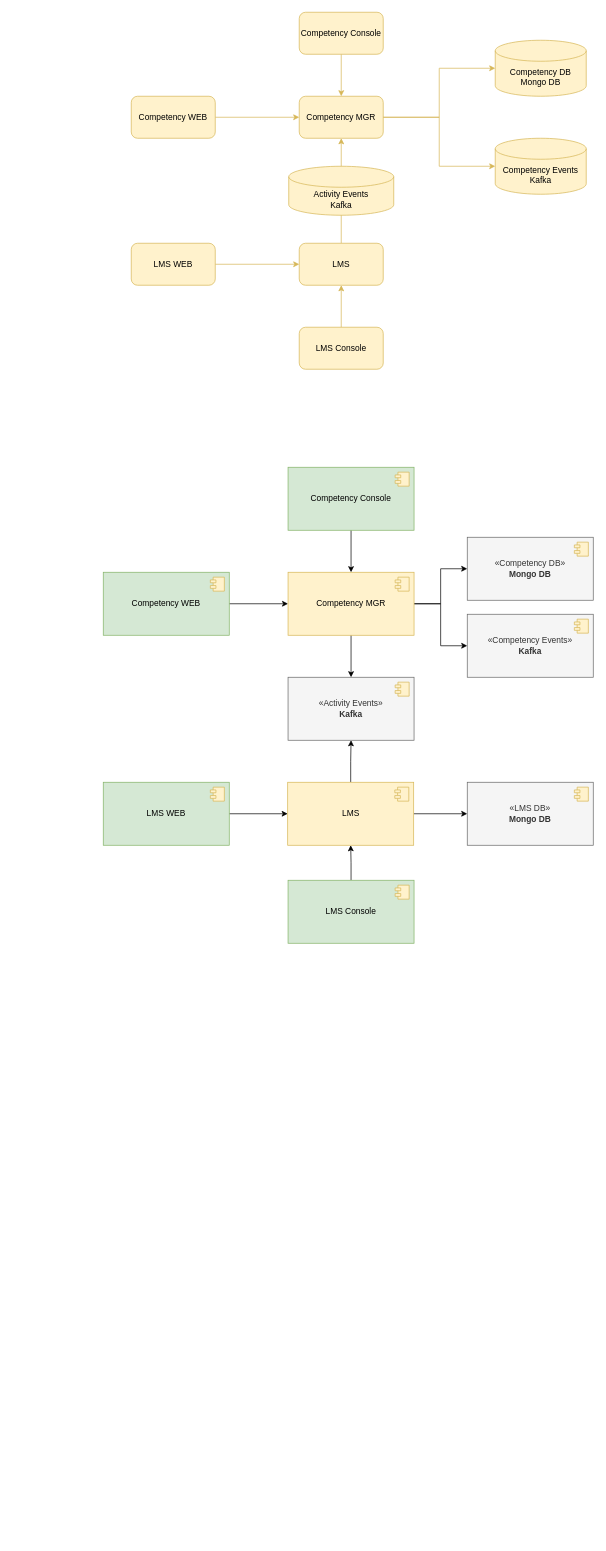
This is page "学习者能力组件" (10 of 10) of eda_platform.drawio from kwhitestone/drawio, a draw.io file, before an edit. Source tidied: cells renumbered, new cells numbered last; positions are measured from the earlier drawing's top-left corner, leaving out a move shared by most shapes. Both pictures are drawn from the tidied source at 70%, with x=0, y=0 at pixel (103, 12).
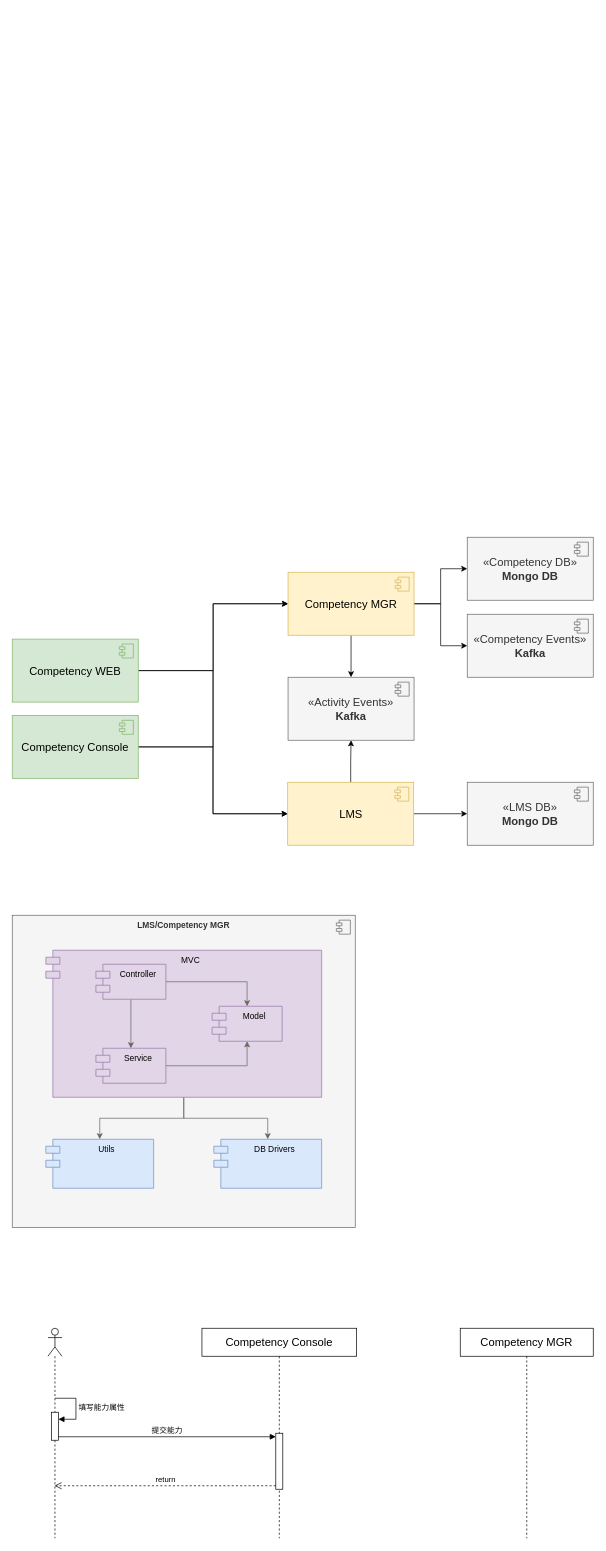
The same page after the edit.

The edit, as a diff of the source:
```diff
@@
-    <mxCell id="2" value="Competency MGR" style="rounded=1;whiteSpace=wrap;html=1;fillColor=#fff2cc;strokeColor=#d6b656;" parent="1" vertex="1">
-      <mxGeometry x="280" y="120" width="120" height="60" as="geometry" />
-    </mxCell>
-    <mxCell id="3" style="edgeStyle=orthogonalEdgeStyle;rounded=0;jettySize=auto;html=1;entryX=0.5;entryY=1;entryDx=0;entryDy=0;fillColor=#fff2cc;strokeColor=#d6b656;" parent="1" edge="1" source="4" target="2">
-      <mxGeometry relative="1" as="geometry" />
-    </mxCell>
-    <mxCell id="4" value="LMS" style="rounded=1;whiteSpace=wrap;html=1;fillColor=#fff2cc;strokeColor=#d6b656;" parent="1" vertex="1">
-      <mxGeometry x="280" y="330" width="120" height="60" as="geometry" />
-    </mxCell>
-    <mxCell id="5" style="edgeStyle=orthogonalEdgeStyle;rounded=0;jettySize=auto;html=1;entryX=0;entryY=0.5;entryDx=0;entryDy=0;fillColor=#fff2cc;strokeColor=#d6b656;" parent="1" edge="1" source="6" target="4">
-      <mxGeometry relative="1" as="geometry" />
-    </mxCell>
-    <mxCell id="6" value="LMS WEB" style="rounded=1;whiteSpace=wrap;html=1;fillColor=#fff2cc;strokeColor=#d6b656;" parent="1" vertex="1">
-      <mxGeometry x="40" y="330" width="120" height="60" as="geometry" />
-    </mxCell>
-    <mxCell id="7" style="edgeStyle=orthogonalEdgeStyle;rounded=0;jettySize=auto;html=1;entryX=0;entryY=0.5;entryDx=0;entryDy=0;fillColor=#fff2cc;strokeColor=#d6b656;" parent="1" edge="1" source="8" target="2">
-      <mxGeometry relative="1" as="geometry" />
-    </mxCell>
-    <mxCell id="8" value="Competency&amp;nbsp;WEB" style="rounded=1;whiteSpace=wrap;html=1;fillColor=#fff2cc;strokeColor=#d6b656;" parent="1" vertex="1">
-      <mxGeometry x="40" y="120" width="120" height="60" as="geometry" />
-    </mxCell>
-    <mxCell id="9" style="edgeStyle=orthogonalEdgeStyle;rounded=0;jettySize=auto;html=1;fillColor=#fff2cc;strokeColor=#d6b656;" parent="1" edge="1" source="10" target="2">
-      <mxGeometry relative="1" as="geometry" />
-    </mxCell>
-    <mxCell id="10" value="Competency&amp;nbsp;Console" style="rounded=1;whiteSpace=wrap;html=1;fillColor=#fff2cc;strokeColor=#d6b656;" parent="1" vertex="1">
-      <mxGeometry x="280" width="120" height="60" as="geometry" />
-    </mxCell>
-    <mxCell id="11" style="edgeStyle=orthogonalEdgeStyle;rounded=0;jettySize=auto;html=1;entryX=0.5;entryY=1;entryDx=0;entryDy=0;fillColor=#fff2cc;strokeColor=#d6b656;" parent="1" edge="1" source="12" target="4">
-      <mxGeometry relative="1" as="geometry" />
-    </mxCell>
-    <mxCell id="12" value="LMS Console" style="rounded=1;whiteSpace=wrap;html=1;fillColor=#fff2cc;strokeColor=#d6b656;" parent="1" vertex="1">
-      <mxGeometry x="280" y="450" width="120" height="60" as="geometry" />
-    </mxCell>
-    <mxCell id="13" value="&lt;div&gt;Activity Events&lt;/div&gt;Kafka" style="shape=cylinder3;whiteSpace=wrap;html=1;boundedLbl=1;backgroundOutline=1;size=15;fillColor=#fff2cc;strokeColor=#d6b656;" parent="1" vertex="1">
-      <mxGeometry x="265" y="220" width="150" height="70" as="geometry" />
-    </mxCell>
-    <mxCell id="14" value="Competency DB&lt;br&gt;Mongo DB" style="shape=cylinder3;whiteSpace=wrap;html=1;boundedLbl=1;backgroundOutline=1;size=15;fillColor=#fff2cc;strokeColor=#d6b656;" parent="1" vertex="1">
-      <mxGeometry x="560" y="40" width="130" height="80" as="geometry" />
-    </mxCell>
-    <mxCell id="15" style="edgeStyle=orthogonalEdgeStyle;rounded=0;jettySize=auto;html=1;entryX=0;entryY=0.5;entryDx=0;entryDy=0;entryPerimeter=0;fillColor=#fff2cc;strokeColor=#d6b656;" parent="1" edge="1" source="2" target="14">
-      <mxGeometry relative="1" as="geometry" />
-    </mxCell>
-    <mxCell id="16" value="Competency Events&lt;br&gt;Kafka" style="shape=cylinder3;whiteSpace=wrap;html=1;boundedLbl=1;backgroundOutline=1;size=15;fillColor=#fff2cc;strokeColor=#d6b656;" parent="1" vertex="1">
-      <mxGeometry x="560" y="180" width="130" height="80" as="geometry" />
-    </mxCell>
-    <mxCell id="17" style="edgeStyle=orthogonalEdgeStyle;rounded=0;jettySize=auto;html=1;entryX=0;entryY=0.5;entryDx=0;entryDy=0;entryPerimeter=0;fillColor=#fff2cc;strokeColor=#d6b656;" parent="1" edge="1" source="2" target="16">
-      <mxGeometry relative="1" as="geometry" />
-    </mxCell>
-    <mxCell id="18" style="edgeStyle=orthogonalEdgeStyle;rounded=0;jettySize=auto;html=1;entryX=0;entryY=0.5;entryDx=0;entryDy=0;fillColor=#fff2cc;strokeColor=#000000;" parent="1" edge="1" source="19" target="30">
+    <mxCell id="18" style="edgeStyle=orthogonalEdgeStyle;rounded=0;jettySize=auto;html=1;entryX=0;entryY=0.5;entryDx=0;entryDy=0;fillColor=#fff2cc;strokeColor=#000000;fontSize=16;" parent="1" edge="1" source="19" target="30">
       <mxGeometry relative="1" as="geometry" />
     </mxCell>
+    <mxCell id="47" style="edgeStyle=orthogonalEdgeStyle;rounded=0;jettySize=auto;html=1;entryX=0;entryY=0.5;entryDx=0;entryDy=0;fontSize=16;" parent="1" edge="1" source="19" target="36">
+      <mxGeometry relative="1" as="geometry" />
+    </mxCell>
-    <mxCell id="19" value="Competency&amp;nbsp;WEB" style="html=1;whiteSpace=wrap;fillColor=#d5e8d4;strokeColor=#82b366;" parent="1" vertex="1">
-      <mxGeometry y="800" width="180" height="90" as="geometry" />
+    <mxCell id="19" value="Competency&amp;nbsp;WEB" style="html=1;whiteSpace=wrap;fillColor=#d5e8d4;strokeColor=#82b366;fontSize=16;" parent="1" vertex="1">
+      <mxGeometry x="-130" y="895.5" width="180" height="90" as="geometry" />
     </mxCell>
-    <mxCell id="20" style="shape=module;jettyWidth=8;jettyHeight=4;fillColor=#fff2cc;strokeColor=#d6b656;" parent="19" vertex="1">
+    <mxCell id="20" style="shape=module;jettyWidth=8;jettyHeight=4;fillColor=#d5e8d4;strokeColor=#82b366;fontSize=16;" parent="19" vertex="1">
       <mxGeometry x="1" width="20" height="20" relative="1" as="geometry">
         <mxPoint x="-27" y="7" as="offset" />
       </mxGeometry>
     </mxCell>
-    <mxCell id="21" style="edgeStyle=orthogonalEdgeStyle;rounded=0;jettySize=auto;html=1;entryX=0;entryY=0.5;entryDx=0;entryDy=0;fillColor=#fff2cc;strokeColor=#000000;" parent="1" edge="1" source="22" target="36">
+    <mxCell id="21" style="edgeStyle=orthogonalEdgeStyle;rounded=0;jettySize=auto;html=1;entryX=0;entryY=0.5;entryDx=0;entryDy=0;fillColor=#fff2cc;strokeColor=#000000;fontSize=16;" parent="1" edge="1" source="22" target="36">
       <mxGeometry relative="1" as="geometry" />
     </mxCell>
+    <mxCell id="48" style="edgeStyle=orthogonalEdgeStyle;rounded=0;jettySize=auto;html=1;entryX=0;entryY=0.5;entryDx=0;entryDy=0;fontSize=16;" parent="1" edge="1" source="22" target="30">
+      <mxGeometry relative="1" as="geometry" />
+    </mxCell>
-    <mxCell id="22" value="LMS WEB" style="html=1;whiteSpace=wrap;fillColor=#d5e8d4;strokeColor=#82b366;" parent="1" vertex="1">
-      <mxGeometry y="1100" width="180" height="90" as="geometry" />
+    <mxCell id="22" value="Competency&amp;nbsp;Console" style="html=1;whiteSpace=wrap;fillColor=#d5e8d4;strokeColor=#82b366;fontSize=16;" parent="1" vertex="1">
+      <mxGeometry x="-130" y="1004.5" width="180" height="90" as="geometry" />
     </mxCell>
-    <mxCell id="23" style="shape=module;jettyWidth=8;jettyHeight=4;fillColor=#fff2cc;strokeColor=#d6b656;" parent="22" vertex="1">
+    <mxCell id="23" style="shape=module;jettyWidth=8;jettyHeight=4;fillColor=#d5e8d4;strokeColor=#82b366;fontSize=16;" parent="22" vertex="1">
       <mxGeometry x="1" width="20" height="20" relative="1" as="geometry">
         <mxPoint x="-27" y="7" as="offset" />
       </mxGeometry>
     </mxCell>
-    <mxCell id="24" style="edgeStyle=orthogonalEdgeStyle;rounded=0;jettySize=auto;html=1;entryX=0.5;entryY=0;entryDx=0;entryDy=0;fillColor=#fff2cc;strokeColor=#000000;" parent="1" edge="1" source="25" target="30">
-      <mxGeometry relative="1" as="geometry" />
-    </mxCell>
-    <mxCell id="25" value="Competency&amp;nbsp;Console" style="html=1;whiteSpace=wrap;fillColor=#d5e8d4;strokeColor=#82b366;" parent="1" vertex="1">
-      <mxGeometry x="264" y="650" width="180" height="90" as="geometry" />
-    </mxCell>
-    <mxCell id="26" style="shape=module;jettyWidth=8;jettyHeight=4;fillColor=#fff2cc;strokeColor=#d6b656;" parent="25" vertex="1">
-      <mxGeometry x="1" width="20" height="20" relative="1" as="geometry">
-        <mxPoint x="-27" y="7" as="offset" />
-      </mxGeometry>
-    </mxCell>
-    <mxCell id="27" style="edgeStyle=orthogonalEdgeStyle;rounded=0;jettySize=auto;html=1;entryX=0;entryY=0.5;entryDx=0;entryDy=0;fillColor=#fff2cc;strokeColor=#000000;" parent="1" edge="1" source="30" target="41">
+    <mxCell id="27" style="edgeStyle=orthogonalEdgeStyle;rounded=0;jettySize=auto;html=1;entryX=0;entryY=0.5;entryDx=0;entryDy=0;fillColor=#fff2cc;strokeColor=#000000;fontSize=16;" parent="1" edge="1" source="30" target="41">
       <mxGeometry relative="1" as="geometry" />
     </mxCell>
-    <mxCell id="28" style="edgeStyle=orthogonalEdgeStyle;rounded=0;jettySize=auto;html=1;entryX=0;entryY=0.5;entryDx=0;entryDy=0;fillColor=#fff2cc;strokeColor=#000000;" parent="1" edge="1" source="30" target="43">
+    <mxCell id="28" style="edgeStyle=orthogonalEdgeStyle;rounded=0;jettySize=auto;html=1;entryX=0;entryY=0.5;entryDx=0;entryDy=0;fillColor=#fff2cc;strokeColor=#000000;fontSize=16;" parent="1" edge="1" source="30" target="43">
       <mxGeometry relative="1" as="geometry" />
     </mxCell>
-    <mxCell id="29" style="edgeStyle=orthogonalEdgeStyle;rounded=0;jettySize=auto;html=1;entryX=0.5;entryY=0;entryDx=0;entryDy=0;fillColor=#fff2cc;strokeColor=#000000;" parent="1" edge="1" source="30" target="32">
+    <mxCell id="29" style="edgeStyle=orthogonalEdgeStyle;rounded=0;jettySize=auto;html=1;entryX=0.5;entryY=0;entryDx=0;entryDy=0;fillColor=#fff2cc;strokeColor=#000000;fontSize=16;" parent="1" edge="1" source="30" target="32">
       <mxGeometry relative="1" as="geometry" />
     </mxCell>
-    <mxCell id="30" value="Competency MGR" style="html=1;whiteSpace=wrap;fillColor=#fff2cc;strokeColor=#d6b656;" parent="1" vertex="1">
+    <mxCell id="30" value="Competency MGR" style="html=1;whiteSpace=wrap;fillColor=#fff2cc;strokeColor=#d6b656;fontSize=16;" parent="1" vertex="1">
       <mxGeometry x="264" y="800" width="180" height="90" as="geometry" />
     </mxCell>
-    <mxCell id="31" style="shape=module;jettyWidth=8;jettyHeight=4;fillColor=#fff2cc;strokeColor=#d6b656;" parent="30" vertex="1">
+    <mxCell id="31" style="shape=module;jettyWidth=8;jettyHeight=4;fillColor=#fff2cc;strokeColor=#d6b656;fontSize=16;" parent="30" vertex="1">
       <mxGeometry x="1" width="20" height="20" relative="1" as="geometry">
         <mxPoint x="-27" y="7" as="offset" />
       </mxGeometry>
     </mxCell>
-    <mxCell id="32" value="&lt;div&gt;&lt;span style=&quot;background-color: initial;&quot;&gt;«Activity Events»&lt;/span&gt;&lt;/div&gt;&lt;b&gt;Kafka&lt;/b&gt;" style="html=1;whiteSpace=wrap;fillColor=#f5f5f5;strokeColor=#666666;fontColor=#333333;" parent="1" vertex="1">
+    <mxCell id="32" value="&lt;div style=&quot;font-size: 16px;&quot;&gt;&lt;span style=&quot;background-color: initial; font-size: 16px;&quot;&gt;«Activity Events»&lt;/span&gt;&lt;/div&gt;&lt;b style=&quot;font-size: 16px;&quot;&gt;Kafka&lt;/b&gt;" style="html=1;whiteSpace=wrap;fillColor=#f5f5f5;strokeColor=#666666;fontColor=#333333;fontSize=16;" parent="1" vertex="1">
       <mxGeometry x="264" y="950" width="180" height="90" as="geometry" />
     </mxCell>
-    <mxCell id="33" style="shape=module;jettyWidth=8;jettyHeight=4;fillColor=#fff2cc;strokeColor=#d6b656;" parent="32" vertex="1">
+    <mxCell id="33" style="shape=module;jettyWidth=8;jettyHeight=4;fillColor=#f5f5f5;strokeColor=#666666;fontColor=#333333;fontSize=16;" parent="32" vertex="1">
       <mxGeometry x="1" width="20" height="20" relative="1" as="geometry">
         <mxPoint x="-27" y="7" as="offset" />
       </mxGeometry>
     </mxCell>
-    <mxCell id="34" style="edgeStyle=orthogonalEdgeStyle;rounded=0;jettySize=auto;html=1;entryX=0;entryY=0.5;entryDx=0;entryDy=0;fillColor=#fff2cc;strokeColor=#000000;" parent="1" edge="1" source="36" target="45">
+    <mxCell id="34" style="edgeStyle=orthogonalEdgeStyle;rounded=0;jettySize=auto;html=1;entryX=0;entryY=0.5;entryDx=0;entryDy=0;fillColor=#fff2cc;strokeColor=#000000;fontSize=16;" parent="1" edge="1" source="36" target="45">
       <mxGeometry relative="1" as="geometry" />
     </mxCell>
-    <mxCell id="35" style="edgeStyle=orthogonalEdgeStyle;rounded=0;jettySize=auto;html=1;entryX=0.5;entryY=1;entryDx=0;entryDy=0;fillColor=#fff2cc;strokeColor=#000000;" parent="1" edge="1" source="36" target="32">
+    <mxCell id="35" style="edgeStyle=orthogonalEdgeStyle;rounded=0;jettySize=auto;html=1;entryX=0.5;entryY=1;entryDx=0;entryDy=0;fillColor=#fff2cc;strokeColor=#000000;fontSize=16;" parent="1" edge="1" source="36" target="32">
       <mxGeometry relative="1" as="geometry" />
     </mxCell>
-    <mxCell id="36" value="LMS" style="html=1;whiteSpace=wrap;fillColor=#fff2cc;strokeColor=#d6b656;" parent="1" vertex="1">
+    <mxCell id="36" value="LMS" style="html=1;whiteSpace=wrap;fillColor=#fff2cc;strokeColor=#d6b656;fontSize=16;" parent="1" vertex="1">
       <mxGeometry x="263.5" y="1100" width="180" height="90" as="geometry" />
     </mxCell>
-    <mxCell id="37" style="shape=module;jettyWidth=8;jettyHeight=4;fillColor=#fff2cc;strokeColor=#d6b656;" parent="36" vertex="1">
+    <mxCell id="37" style="shape=module;jettyWidth=8;jettyHeight=4;fillColor=#fff2cc;strokeColor=#d6b656;fontSize=16;" parent="36" vertex="1">
       <mxGeometry x="1" width="20" height="20" relative="1" as="geometry">
         <mxPoint x="-27" y="7" as="offset" />
       </mxGeometry>
     </mxCell>
-    <mxCell id="38" style="edgeStyle=orthogonalEdgeStyle;rounded=0;jettySize=auto;html=1;entryX=0.5;entryY=1;entryDx=0;entryDy=0;fillColor=#fff2cc;strokeColor=#000000;" parent="1" edge="1" source="39" target="36">
-      <mxGeometry relative="1" as="geometry" />
-    </mxCell>
-    <mxCell id="39" value="LMS Console" style="html=1;whiteSpace=wrap;fillColor=#d5e8d4;strokeColor=#82b366;" parent="1" vertex="1">
-      <mxGeometry x="264" y="1240" width="180" height="90" as="geometry" />
-    </mxCell>
-    <mxCell id="40" style="shape=module;jettyWidth=8;jettyHeight=4;fillColor=#fff2cc;strokeColor=#d6b656;" parent="39" vertex="1">
-      <mxGeometry x="1" width="20" height="20" relative="1" as="geometry">
-        <mxPoint x="-27" y="7" as="offset" />
-      </mxGeometry>
-    </mxCell>
-    <mxCell id="41" value="«Competency DB»&lt;br&gt;&lt;b&gt;Mongo DB&lt;/b&gt;" style="html=1;whiteSpace=wrap;fillColor=#f5f5f5;strokeColor=#666666;fontColor=#333333;" parent="1" vertex="1">
+    <mxCell id="41" value="«Competency DB»&lt;br style=&quot;font-size: 16px;&quot;&gt;&lt;b style=&quot;font-size: 16px;&quot;&gt;Mongo DB&lt;/b&gt;" style="html=1;whiteSpace=wrap;fillColor=#f5f5f5;strokeColor=#666666;fontColor=#333333;fontSize=16;" parent="1" vertex="1">
       <mxGeometry x="520" y="750" width="180" height="90" as="geometry" />
     </mxCell>
-    <mxCell id="42" style="shape=module;jettyWidth=8;jettyHeight=4;fillColor=#fff2cc;strokeColor=#d6b656;" parent="41" vertex="1">
+    <mxCell id="42" style="shape=module;jettyWidth=8;jettyHeight=4;fillColor=#f5f5f5;strokeColor=#666666;fontColor=#333333;fontSize=16;" parent="41" vertex="1">
       <mxGeometry x="1" width="20" height="20" relative="1" as="geometry">
         <mxPoint x="-27" y="7" as="offset" />
       </mxGeometry>
     </mxCell>
-    <mxCell id="43" value="«Competency Events»&lt;br&gt;&lt;b&gt;Kafka&lt;/b&gt;" style="html=1;whiteSpace=wrap;fillColor=#f5f5f5;strokeColor=#666666;fontColor=#333333;" parent="1" vertex="1">
+    <mxCell id="43" value="«Competency Events»&lt;br style=&quot;font-size: 16px;&quot;&gt;&lt;b style=&quot;font-size: 16px;&quot;&gt;Kafka&lt;/b&gt;" style="html=1;whiteSpace=wrap;fillColor=#f5f5f5;strokeColor=#666666;fontColor=#333333;fontSize=16;" parent="1" vertex="1">
       <mxGeometry x="520" y="860" width="180" height="90" as="geometry" />
     </mxCell>
-    <mxCell id="44" style="shape=module;jettyWidth=8;jettyHeight=4;fillColor=#fff2cc;strokeColor=#d6b656;" parent="43" vertex="1">
+    <mxCell id="44" style="shape=module;jettyWidth=8;jettyHeight=4;fillColor=#f5f5f5;strokeColor=#666666;fontColor=#333333;fontSize=16;" parent="43" vertex="1">
       <mxGeometry x="1" width="20" height="20" relative="1" as="geometry">
         <mxPoint x="-27" y="7" as="offset" />
       </mxGeometry>
     </mxCell>
-    <mxCell id="45" value="«LMS DB»&lt;br&gt;&lt;b&gt;Mongo DB&lt;/b&gt;" style="html=1;whiteSpace=wrap;fillColor=#f5f5f5;strokeColor=#666666;fontColor=#333333;" parent="1" vertex="1">
+    <mxCell id="45" value="«LMS DB»&lt;br style=&quot;font-size: 16px;&quot;&gt;&lt;b style=&quot;font-size: 16px;&quot;&gt;Mongo DB&lt;/b&gt;" style="html=1;whiteSpace=wrap;fillColor=#f5f5f5;strokeColor=#666666;fontColor=#333333;fontSize=16;" parent="1" vertex="1">
       <mxGeometry x="520" y="1100" width="180" height="90" as="geometry" />
     </mxCell>
-    <mxCell id="46" style="shape=module;jettyWidth=8;jettyHeight=4;fillColor=#fff2cc;strokeColor=#d6b656;" parent="45" vertex="1">
+    <mxCell id="46" style="shape=module;jettyWidth=8;jettyHeight=4;fillColor=#f5f5f5;strokeColor=#666666;fontColor=#333333;fontSize=16;" parent="45" vertex="1">
       <mxGeometry x="1" width="20" height="20" relative="1" as="geometry">
         <mxPoint x="-27" y="7" as="offset" />
       </mxGeometry>
     </mxCell>
+    <mxCell id="49" value="&lt;b&gt;LMS/Competency MGR&lt;/b&gt;" style="html=1;whiteSpace=wrap;align=center;verticalAlign=top;fillColor=#f5f5f5;strokeColor=#666666;fontColor=#333333;" parent="1" vertex="1">
+      <mxGeometry x="-130" y="1290" width="490" height="446" as="geometry" />
+    </mxCell>
+    <mxCell id="50" style="shape=module;jettyWidth=8;jettyHeight=4;fillColor=#f5f5f5;strokeColor=#666666;fontColor=#333333;" parent="49" vertex="1">
+      <mxGeometry x="1" width="20" height="20" relative="1" as="geometry">
+        <mxPoint x="-27" y="7" as="offset" />
+      </mxGeometry>
+    </mxCell>
+    <mxCell id="51" style="edgeStyle=orthogonalEdgeStyle;rounded=0;jettySize=auto;html=1;entryX=0.5;entryY=0;entryDx=0;entryDy=0;fillColor=#f5f5f5;strokeColor=#666666;" parent="1" edge="1" source="53" target="60">
+      <mxGeometry relative="1" as="geometry" />
+    </mxCell>
+    <mxCell id="52" style="edgeStyle=orthogonalEdgeStyle;rounded=0;jettySize=auto;html=1;entryX=0.5;entryY=0;entryDx=0;entryDy=0;fillColor=#f5f5f5;strokeColor=#666666;" parent="1" edge="1" source="53" target="61">
+      <mxGeometry relative="1" as="geometry" />
+    </mxCell>
+    <mxCell id="53" value="MVC" style="shape=module;align=left;spacingLeft=20;align=center;verticalAlign=top;whiteSpace=wrap;html=1;fillColor=#e1d5e7;strokeColor=#9673a6;" parent="1" vertex="1">
+      <mxGeometry x="-82" y="1340" width="394" height="210" as="geometry" />
+    </mxCell>
+    <mxCell id="54" style="edgeStyle=orthogonalEdgeStyle;rounded=0;jettySize=auto;html=1;entryX=0.5;entryY=0;entryDx=0;entryDy=0;fillColor=#f5f5f5;strokeColor=#666666;" parent="1" edge="1" source="56" target="57">
+      <mxGeometry relative="1" as="geometry" />
+    </mxCell>
+    <mxCell id="55" style="edgeStyle=orthogonalEdgeStyle;rounded=0;jettySize=auto;html=1;entryX=0.5;entryY=0;entryDx=0;entryDy=0;fillColor=#f5f5f5;strokeColor=#666666;" parent="1" edge="1" source="56" target="59">
+      <mxGeometry relative="1" as="geometry" />
+    </mxCell>
+    <mxCell id="56" value="Controller" style="shape=module;align=left;spacingLeft=20;align=center;verticalAlign=top;whiteSpace=wrap;html=1;fillColor=#e1d5e7;strokeColor=#9673a6;" parent="1" vertex="1">
+      <mxGeometry x="-10.5" y="1360" width="100" height="50" as="geometry" />
+    </mxCell>
+    <mxCell id="57" value="Model" style="shape=module;align=left;spacingLeft=20;align=center;verticalAlign=top;whiteSpace=wrap;html=1;fillColor=#e1d5e7;strokeColor=#9673a6;" parent="1" vertex="1">
+      <mxGeometry x="155.5" y="1420" width="100" height="50" as="geometry" />
+    </mxCell>
+    <mxCell id="58" style="edgeStyle=orthogonalEdgeStyle;rounded=0;jettySize=auto;html=1;entryX=0.5;entryY=1;entryDx=0;entryDy=0;fillColor=#f5f5f5;strokeColor=#666666;" parent="1" edge="1" source="59" target="57">
+      <mxGeometry relative="1" as="geometry" />
+    </mxCell>
+    <mxCell id="59" value="Service" style="shape=module;align=left;spacingLeft=20;align=center;verticalAlign=top;whiteSpace=wrap;html=1;fillColor=#e1d5e7;strokeColor=#9673a6;" parent="1" vertex="1">
+      <mxGeometry x="-10.5" y="1480" width="100" height="50" as="geometry" />
+    </mxCell>
+    <mxCell id="60" value="Utils" style="shape=module;align=left;spacingLeft=20;align=center;verticalAlign=top;whiteSpace=wrap;html=1;fillColor=#dae8fc;strokeColor=#6c8ebf;" parent="1" vertex="1">
+      <mxGeometry x="-82" y="1610" width="154" height="70" as="geometry" />
+    </mxCell>
+    <mxCell id="61" value="DB Drivers" style="shape=module;align=left;spacingLeft=20;align=center;verticalAlign=top;whiteSpace=wrap;html=1;fillColor=#dae8fc;strokeColor=#6c8ebf;" parent="1" vertex="1">
+      <mxGeometry x="158" y="1610" width="154" height="70" as="geometry" />
+    </mxCell>
+    <mxCell id="62" value="&lt;span style=&quot;font-size: 16px;&quot;&gt;Competency&amp;nbsp;Console&lt;/span&gt;" style="shape=umlLifeline;whiteSpace=wrap;html=1;newEdgeStyle={&quot;curved&quot;:0,&quot;rounded&quot;:0};perimeter=rectanglePerimeter;targetShapes=umlLifeline;participant=label;" parent="1" vertex="1">
+      <mxGeometry x="141" y="1880" width="221" height="300" as="geometry" />
+    </mxCell>
+    <mxCell id="63" style="html=1;points=[[0,0,0,0,5],[0,1,0,0,-5],[1,0,0,0,5],[1,1,0,0,-5]];perimeter=orthogonalPerimeter;outlineConnect=0;targetShapes=umlLifeline;portConstraint=eastwest;newEdgeStyle={&quot;curved&quot;:0,&quot;rounded&quot;:0};" parent="62" vertex="1">
+      <mxGeometry x="105.5" y="150" width="10" height="80" as="geometry" />
+    </mxCell>
+    <mxCell id="2" value="&lt;span style=&quot;font-size: 16px;&quot;&gt;Competency MGR&lt;/span&gt;" style="shape=umlLifeline;perimeter=lifelinePerimeter;whiteSpace=wrap;html=1;outlineConnect=0;portConstraint=eastwest;newEdgeStyle={&quot;curved&quot;:0,&quot;rounded&quot;:0};" parent="1" vertex="1">
+      <mxGeometry x="510" y="1880" width="190" height="300" as="geometry" />
+    </mxCell>
+    <mxCell id="64" style="shape=umlLifeline;perimeter=lifelinePerimeter;whiteSpace=wrap;html=1;outlineConnect=0;portConstraint=eastwest;newEdgeStyle={&quot;curved&quot;:0,&quot;rounded&quot;:0};participant=umlActor;" parent="1" vertex="1">
+      <mxGeometry x="-79" y="1880" width="20" height="300" as="geometry" />
+    </mxCell>
+    <mxCell id="65" style="html=1;points=[[0,0,0,0,5],[0,1,0,0,-5],[1,0,0,0,5],[1,1,0,0,-5]];perimeter=orthogonalPerimeter;outlineConnect=0;targetShapes=umlLifeline;portConstraint=eastwest;newEdgeStyle={&quot;curved&quot;:0,&quot;rounded&quot;:0};" parent="64" vertex="1">
+      <mxGeometry x="5" y="120" width="10" height="40" as="geometry" />
+    </mxCell>
+    <mxCell id="66" value="填写能力属性" style="html=1;align=left;spacingLeft=2;endArrow=block;rounded=0;edgeStyle=orthogonalEdgeStyle;curved=0;rounded=0;" parent="64" edge="1" target="65">
+      <mxGeometry relative="1" as="geometry">
+        <mxPoint x="10" y="100" as="sourcePoint" />
+        <Array as="points">
+          <mxPoint x="40" y="130" />
+        </Array>
+      </mxGeometry>
+    </mxCell>
+    <mxCell id="67" value="提交能力" style="html=1;verticalAlign=bottom;endArrow=block;curved=0;rounded=0;entryX=0;entryY=0;entryDx=0;entryDy=5;exitX=1;exitY=1;exitDx=0;exitDy=-5;exitPerimeter=0;" parent="1" edge="1" source="65" target="63">
+      <mxGeometry relative="1" as="geometry" />
+    </mxCell>
+    <mxCell id="68" value="return" style="html=1;verticalAlign=bottom;endArrow=open;dashed=1;endSize=8;curved=0;rounded=0;exitX=0;exitY=1;exitDx=0;exitDy=-5;" parent="1" edge="1" source="63" target="64">
+      <mxGeometry relative="1" as="geometry" />
+    </mxCell>
```
